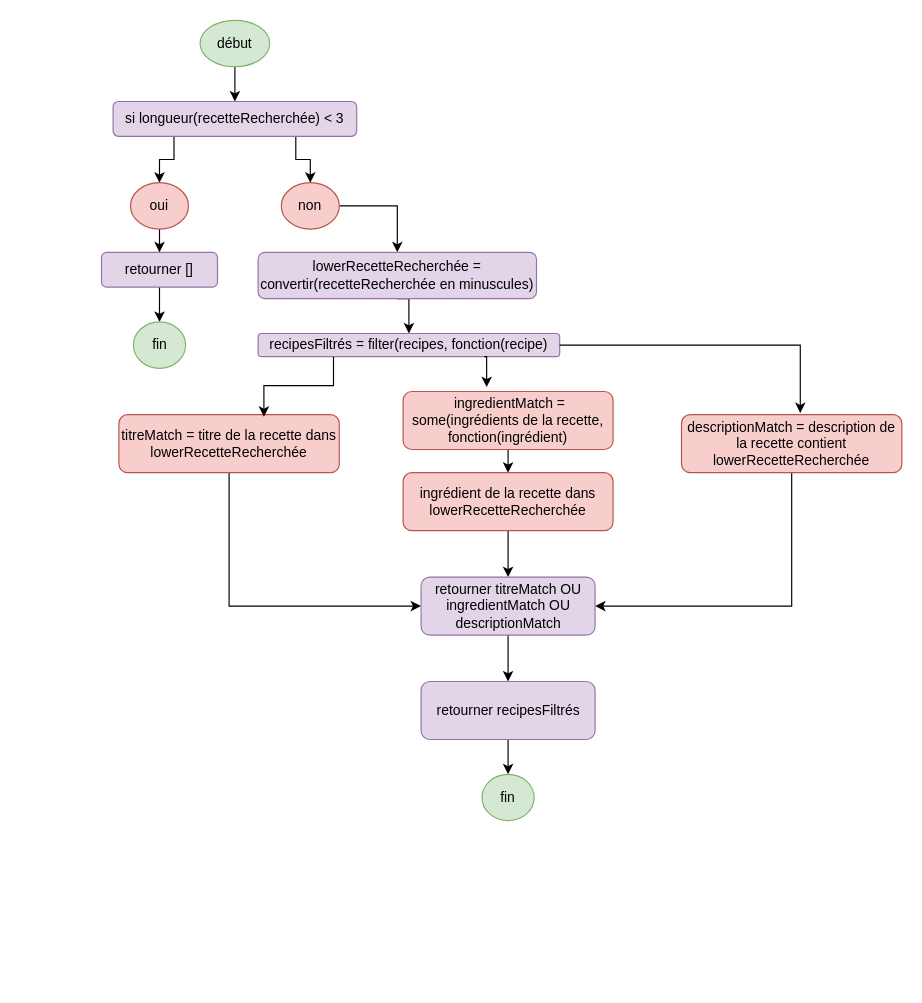
The draw.io diagram algorigrammes/rechercher_recette_programmation_fonctionnelle.drawio in uu-0/lespetitsplats, before the edit. Source tidied: cells renumbered, new cells numbered last; positions are measured from the earlier drawing's top-left corner, leaving out a move shared by most shapes. Both pictures are drawn from the tidied source at 116%, with x=0, y=0 at pixel (101, 20).
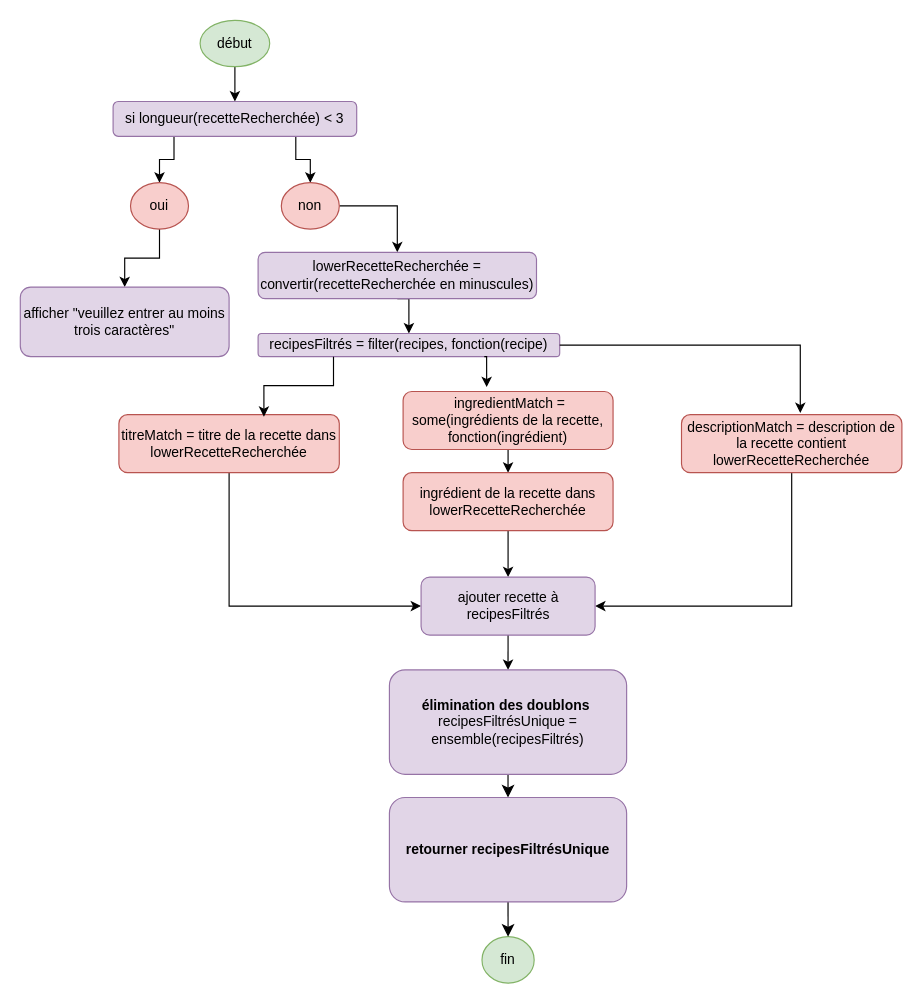
After the change.

Commit message:
étape 3: faire un algorigramme pour chacune des propositions #3

What changed in the source:
```diff
@@
-    <mxCell id="11" style="edgeStyle=orthogonalEdgeStyle;rounded=0;jettySize=auto;html=1;exitX=0.5;exitY=1;exitDx=0;exitDy=0;" parent="1" edge="1" source="12" target="13">
-      <mxGeometry relative="1" as="geometry" />
-    </mxCell>
-    <mxCell id="12" value="retourner []" style="rounded=1;whiteSpace=wrap;html=1;fillColor=#e1d5e7;strokeColor=#9673a6;" parent="1" vertex="1">
-      <mxGeometry y="200" width="100" height="30" as="geometry" />
+    <mxCell id="12" value="afficher &quot;veuillez entrer au moins trois caractères&quot;" style="rounded=1;whiteSpace=wrap;html=1;fillColor=#e1d5e7;strokeColor=#9673a6;" parent="1" vertex="1">
+      <mxGeometry x="-70" y="230" width="180" height="60" as="geometry" />
     </mxCell>
-    <mxCell id="13" value="fin" style="ellipse;whiteSpace=wrap;html=1;fillColor=#d5e8d4;strokeColor=#82b366;" parent="1" vertex="1">
-      <mxGeometry x="27.5" y="260" width="45" height="40" as="geometry" />
-    </mxCell>
@@
-    <mxCell id="29" value="&lt;span style=&quot;text-align: left;&quot;&gt;retourner titreMatch OU ingredientMatch OU descriptionMatch&lt;/span&gt;" style="rounded=1;whiteSpace=wrap;html=1;fillColor=#e1d5e7;strokeColor=#9673a6;" parent="1" vertex="1">
+    <mxCell id="29" value="&lt;span style=&quot;text-align: left;&quot;&gt;ajouter recette à recipesFiltrés&lt;/span&gt;" style="rounded=1;whiteSpace=wrap;html=1;fillColor=#e1d5e7;strokeColor=#9673a6;" parent="1" vertex="1">
       <mxGeometry x="275.5" y="480" width="150" height="50" as="geometry" />
     </mxCell>
-    <mxCell id="30" style="edgeStyle=orthogonalEdgeStyle;rounded=0;jettySize=auto;html=1;exitX=0.5;exitY=1;exitDx=0;exitDy=0;entryX=0.5;entryY=0;entryDx=0;entryDy=0;" parent="1" edge="1" source="31" target="32">
-      <mxGeometry relative="1" as="geometry" />
-    </mxCell>
+    <mxCell id="33" style="edgeStyle=none;curved=1;rounded=0;jettySize=auto;html=1;exitX=0.5;exitY=1;exitDx=0;exitDy=0;entryX=0.5;entryY=0;entryDx=0;entryDy=0;fontSize=12;startSize=8;endSize=8;" parent="1" edge="1" source="31" target="36">
+      <mxGeometry relative="1" as="geometry" />
+    </mxCell>
-    <mxCell id="31" value="retourner recipesFiltrés" style="rounded=1;whiteSpace=wrap;html=1;fillColor=#e1d5e7;strokeColor=#9673a6;" parent="1" vertex="1">
-      <mxGeometry x="275.5" y="570" width="150" height="50" as="geometry" />
+    <mxCell id="31" value="&lt;b&gt;élimination des doublons&amp;nbsp;&lt;/b&gt;&lt;div&gt;recipesFiltrésUnique = ensemble(recipesFiltrés)&lt;/div&gt;" style="rounded=1;whiteSpace=wrap;html=1;fillColor=#e1d5e7;strokeColor=#9673a6;" parent="1" vertex="1">
+      <mxGeometry x="248.2" y="560" width="204.5" height="90" as="geometry" />
     </mxCell>
-    <mxCell id="32" value="fin" style="ellipse;whiteSpace=wrap;html=1;fillColor=#d5e8d4;strokeColor=#82b366;" parent="1" vertex="1">
-      <mxGeometry x="328" y="650" width="45" height="40" as="geometry" />
-    </mxCell>
+    <mxCell id="34" value="fin" style="ellipse;whiteSpace=wrap;html=1;fillColor=#d5e8d4;strokeColor=#82b366;" parent="1" vertex="1">
+      <mxGeometry x="328" y="790" width="45" height="40" as="geometry" />
+    </mxCell>
+    <mxCell id="35" style="edgeStyle=none;curved=1;rounded=0;jettySize=auto;html=1;exitX=0.5;exitY=1;exitDx=0;exitDy=0;entryX=0.5;entryY=0;entryDx=0;entryDy=0;fontSize=12;startSize=8;endSize=8;" parent="1" edge="1" source="36" target="34">
+      <mxGeometry relative="1" as="geometry" />
+    </mxCell>
+    <mxCell id="36" value="&lt;b&gt;retourner recipesFiltrésUnique&lt;/b&gt;" style="rounded=1;whiteSpace=wrap;html=1;fillColor=#e1d5e7;strokeColor=#9673a6;" parent="1" vertex="1">
+      <mxGeometry x="248.2" y="670" width="204.5" height="90" as="geometry" />
+    </mxCell>
```
